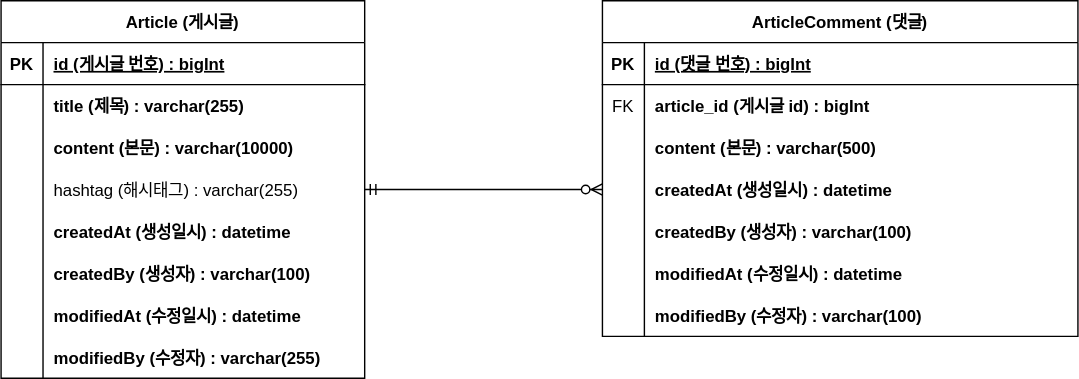
Earlier version of the draw.io export document/board-project-erd.svg (dudwns6503/springBoot-BoardProject). Source tidied: cells renumbered, new cells last; positions are measured from the earlier drawing's top-left corner, leaving out a move shared by most shapes.
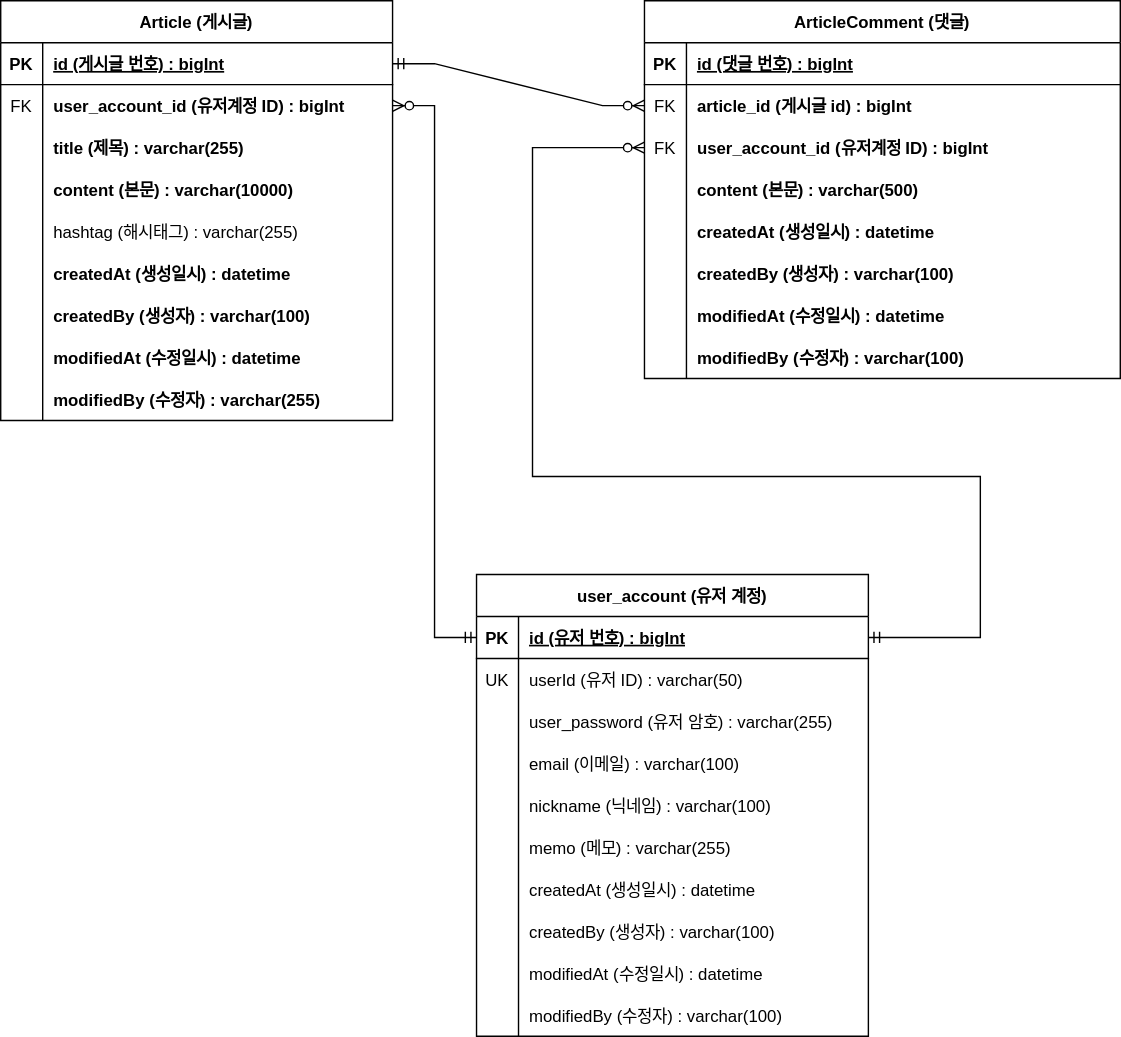
Later version of the same file.

Commit message:
#17 - ERD 업데이트(user_account 추가)

The edit, as a diff of the source:
```diff
@@ -5,6 +5,6 @@
     <mxCell id="2" value="Article (게시글)" style="shape=table;startSize=30;rowLines=0;fontStyle=1;align=center;" parent="1" vertex="1">
-      <mxGeometry width="260" height="270" as="geometry" />
+      <mxGeometry x="-10" y="-20" width="280" height="300" as="geometry" />
     </mxCell>
     <mxCell id="3" style="shape=tableRow;horizontal=0;startSize=0;swimlaneHead=0;swimlaneBody=0;fillColor=none;points=[[0,0.5],[1,0.5]];portConstraint=eastwest;top=0;left=0;right=0;bottom=1;" parent="2" vertex="1">
-      <mxGeometry y="30" width="260" height="30" as="geometry" />
+      <mxGeometry y="30" width="280" height="30" as="geometry" />
     </mxCell>
@@ -14,15 +14,24 @@
     <mxCell id="5" value="id (게시글 번호) : bigInt" style="shape=partialRectangle;fillColor=none;top=0;left=0;bottom=0;right=0;align=left;spacingLeft=6;fontStyle=5;overflow=hidden;" parent="3" vertex="1">
-      <mxGeometry x="30" width="230" height="30" as="geometry" />
+      <mxGeometry x="30" width="250" height="30" as="geometry" />
     </mxCell>
     <mxCell id="6" style="shape=tableRow;horizontal=0;startSize=0;swimlaneHead=0;swimlaneBody=0;fillColor=none;points=[[0,0.5],[1,0.5]];portConstraint=eastwest;top=0;left=0;right=0;bottom=0;" parent="2" vertex="1">
-      <mxGeometry y="60" width="260" height="30" as="geometry" />
+      <mxGeometry y="60" width="280" height="30" as="geometry" />
     </mxCell>
-    <mxCell id="7" style="shape=partialRectangle;fillColor=none;top=0;left=0;bottom=0;right=0;overflow=hidden;" parent="6" vertex="1">
+    <mxCell id="7" value="FK" style="shape=partialRectangle;fillColor=none;top=0;left=0;bottom=0;right=0;overflow=hidden;" parent="6" vertex="1">
       <mxGeometry width="30" height="30" as="geometry" />
     </mxCell>
-    <mxCell id="8" value="title (제목) : varchar(255)" style="shape=partialRectangle;fillColor=none;top=0;left=0;bottom=0;right=0;align=left;spacingLeft=6;overflow=hidden;fontStyle=1;" parent="6" vertex="1">
-      <mxGeometry x="30" width="230" height="30" as="geometry" />
+    <mxCell id="8" value="user_account_id (유저계정 ID) : bigInt" style="shape=partialRectangle;fillColor=none;top=0;left=0;bottom=0;right=0;align=left;spacingLeft=6;overflow=hidden;fontStyle=1;" parent="6" vertex="1">
+      <mxGeometry x="30" width="250" height="30" as="geometry" />
     </mxCell>
+    <mxCell id="50" style="shape=tableRow;horizontal=0;startSize=0;swimlaneHead=0;swimlaneBody=0;fillColor=none;top=0;left=0;right=0;bottom=0;" parent="2" vertex="1">
+      <mxGeometry y="90" width="280" height="30" as="geometry" />
+    </mxCell>
+    <mxCell id="51" style="shape=partialRectangle;fillColor=none;top=0;left=0;bottom=0;right=0;overflow=hidden;" parent="50" vertex="1">
+      <mxGeometry width="30" height="30" as="geometry" />
+    </mxCell>
+    <mxCell id="52" value="title (제목) : varchar(255)" style="shape=partialRectangle;fillColor=none;top=0;left=0;bottom=0;right=0;align=left;spacingLeft=6;overflow=hidden;fontStyle=1;" parent="50" vertex="1">
+      <mxGeometry x="30" width="250" height="30" as="geometry" />
+    </mxCell>
     <mxCell id="9" style="shape=tableRow;horizontal=0;startSize=0;swimlaneHead=0;swimlaneBody=0;fillColor=none;top=0;left=0;right=0;bottom=0;" parent="2" vertex="1">
-      <mxGeometry y="90" width="260" height="30" as="geometry" />
+      <mxGeometry y="120" width="280" height="30" as="geometry" />
     </mxCell>
@@ -32,6 +41,6 @@
     <mxCell id="11" value="content (본문) : varchar(10000)" style="shape=partialRectangle;fillColor=none;top=0;left=0;bottom=0;right=0;align=left;spacingLeft=6;overflow=hidden;fontStyle=1;" parent="9" vertex="1">
-      <mxGeometry x="30" width="230" height="30" as="geometry" />
+      <mxGeometry x="30" width="250" height="30" as="geometry" />
     </mxCell>
     <mxCell id="12" style="shape=tableRow;horizontal=0;startSize=0;swimlaneHead=0;swimlaneBody=0;fillColor=none;points=[[0,0.5],[1,0.5]];portConstraint=eastwest;top=0;left=0;right=0;bottom=0;" parent="2" vertex="1">
-      <mxGeometry y="120" width="260" height="30" as="geometry" />
+      <mxGeometry y="150" width="280" height="30" as="geometry" />
     </mxCell>
@@ -41,6 +50,6 @@
     <mxCell id="14" value="hashtag (해시태그) : varchar(255)" style="shape=partialRectangle;fillColor=none;top=0;left=0;bottom=0;right=0;align=left;spacingLeft=6;overflow=hidden;" parent="12" vertex="1">
-      <mxGeometry x="30" width="230" height="30" as="geometry" />
+      <mxGeometry x="30" width="250" height="30" as="geometry" />
     </mxCell>
     <mxCell id="15" style="shape=tableRow;horizontal=0;startSize=0;swimlaneHead=0;swimlaneBody=0;fillColor=none;top=0;left=0;right=0;bottom=0;" parent="2" vertex="1">
-      <mxGeometry y="150" width="260" height="30" as="geometry" />
+      <mxGeometry y="180" width="280" height="30" as="geometry" />
     </mxCell>
@@ -50,6 +59,6 @@
     <mxCell id="17" value="createdAt (생성일시) : datetime" style="shape=partialRectangle;fillColor=none;top=0;left=0;bottom=0;right=0;align=left;spacingLeft=6;overflow=hidden;fontStyle=1;" parent="15" vertex="1">
-      <mxGeometry x="30" width="230" height="30" as="geometry" />
+      <mxGeometry x="30" width="250" height="30" as="geometry" />
     </mxCell>
     <mxCell id="18" style="shape=tableRow;horizontal=0;startSize=0;swimlaneHead=0;swimlaneBody=0;fillColor=none;top=0;left=0;right=0;bottom=0;" parent="2" vertex="1">
-      <mxGeometry y="180" width="260" height="30" as="geometry" />
+      <mxGeometry y="210" width="280" height="30" as="geometry" />
     </mxCell>
@@ -59,6 +68,6 @@
     <mxCell id="20" value="createdBy (생성자) : varchar(100)" style="shape=partialRectangle;fillColor=none;top=0;left=0;bottom=0;right=0;align=left;spacingLeft=6;overflow=hidden;fontStyle=1;" parent="18" vertex="1">
-      <mxGeometry x="30" width="230" height="30" as="geometry" />
+      <mxGeometry x="30" width="250" height="30" as="geometry" />
     </mxCell>
     <mxCell id="21" style="shape=tableRow;horizontal=0;startSize=0;swimlaneHead=0;swimlaneBody=0;fillColor=none;top=0;left=0;right=0;bottom=0;" parent="2" vertex="1">
-      <mxGeometry y="210" width="260" height="30" as="geometry" />
+      <mxGeometry y="240" width="280" height="30" as="geometry" />
     </mxCell>
@@ -68,6 +77,6 @@
     <mxCell id="23" value="modifiedAt (수정일시) : datetime" style="shape=partialRectangle;fillColor=none;top=0;left=0;bottom=0;right=0;align=left;spacingLeft=6;overflow=hidden;fontStyle=1;" parent="21" vertex="1">
-      <mxGeometry x="30" width="230" height="30" as="geometry" />
+      <mxGeometry x="30" width="250" height="30" as="geometry" />
     </mxCell>
     <mxCell id="24" style="shape=tableRow;horizontal=0;startSize=0;swimlaneHead=0;swimlaneBody=0;fillColor=none;top=0;left=0;right=0;bottom=0;" parent="2" vertex="1">
-      <mxGeometry y="240" width="260" height="30" as="geometry" />
+      <mxGeometry y="270" width="280" height="30" as="geometry" />
     </mxCell>
@@ -77,6 +86,6 @@
     <mxCell id="26" value="modifiedBy (수정자) : varchar(255)" style="shape=partialRectangle;fillColor=none;top=0;left=0;bottom=0;right=0;align=left;spacingLeft=6;overflow=hidden;fontStyle=1;" parent="24" vertex="1">
-      <mxGeometry x="30" width="230" height="30" as="geometry" />
+      <mxGeometry x="30" width="250" height="30" as="geometry" />
     </mxCell>
     <mxCell id="27" value="ArticleComment (댓글)" style="shape=table;startSize=30;rowLines=0;fontStyle=1;align=center;" parent="1" vertex="1">
-      <mxGeometry x="430" width="340" height="240" as="geometry" />
+      <mxGeometry x="450" y="-20" width="340" height="270" as="geometry" />
     </mxCell>
@@ -100,4 +109,13 @@
     </mxCell>
+    <mxCell id="53" style="shape=tableRow;horizontal=0;startSize=0;swimlaneHead=0;swimlaneBody=0;fillColor=none;points=[[0,0.5],[1,0.5]];portConstraint=eastwest;top=0;left=0;right=0;bottom=0;" parent="27" vertex="1">
+      <mxGeometry y="90" width="340" height="30" as="geometry" />
+    </mxCell>
+    <mxCell id="54" value="FK" style="shape=partialRectangle;fillColor=none;top=0;left=0;bottom=0;right=0;overflow=hidden;" parent="53" vertex="1">
+      <mxGeometry width="30" height="30" as="geometry" />
+    </mxCell>
+    <mxCell id="55" value="user_account_id (유저계정 ID) : bigInt" style="shape=partialRectangle;fillColor=none;top=0;left=0;bottom=0;right=0;align=left;spacingLeft=6;overflow=hidden;fontStyle=1;" parent="53" vertex="1">
+      <mxGeometry x="30" width="310" height="30" as="geometry" />
+    </mxCell>
     <mxCell id="34" style="shape=tableRow;horizontal=0;startSize=0;swimlaneHead=0;swimlaneBody=0;fillColor=none;top=0;left=0;right=0;bottom=0;" parent="27" vertex="1">
-      <mxGeometry y="90" width="340" height="30" as="geometry" />
+      <mxGeometry y="120" width="340" height="30" as="geometry" />
     </mxCell>
@@ -110,3 +128,3 @@
     <mxCell id="37" style="shape=tableRow;horizontal=0;startSize=0;swimlaneHead=0;swimlaneBody=0;fillColor=none;points=[[0,0.5],[1,0.5]];portConstraint=eastwest;top=0;left=0;right=0;bottom=0;" parent="27" vertex="1">
-      <mxGeometry y="120" width="340" height="30" as="geometry" />
+      <mxGeometry y="150" width="340" height="30" as="geometry" />
     </mxCell>
@@ -119,3 +137,3 @@
     <mxCell id="40" style="shape=tableRow;horizontal=0;startSize=0;swimlaneHead=0;swimlaneBody=0;fillColor=none;top=0;left=0;right=0;bottom=0;" parent="27" vertex="1">
-      <mxGeometry y="150" width="340" height="30" as="geometry" />
+      <mxGeometry y="180" width="340" height="30" as="geometry" />
     </mxCell>
@@ -128,3 +146,3 @@
     <mxCell id="43" style="shape=tableRow;horizontal=0;startSize=0;swimlaneHead=0;swimlaneBody=0;fillColor=none;top=0;left=0;right=0;bottom=0;" parent="27" vertex="1">
-      <mxGeometry y="180" width="340" height="30" as="geometry" />
+      <mxGeometry y="210" width="340" height="30" as="geometry" />
     </mxCell>
@@ -137,3 +155,3 @@
     <mxCell id="46" style="shape=tableRow;horizontal=0;startSize=0;swimlaneHead=0;swimlaneBody=0;fillColor=none;top=0;left=0;right=0;bottom=0;" parent="27" vertex="1">
-      <mxGeometry y="210" width="340" height="30" as="geometry" />
+      <mxGeometry y="240" width="340" height="30" as="geometry" />
     </mxCell>
@@ -145,5 +163,119 @@
     </mxCell>
-    <mxCell id="49" style="edgeStyle=entityRelationEdgeStyle;fontSize=12;html=1;endArrow=ERzeroToMany;startArrow=ERmandOne;rounded=0;exitX=1;exitY=0.5;exitDx=0;exitDy=0;entryX=0;entryY=0.5;entryDx=0;entryDy=0;" parent="1" edge="1" source="12" target="37">
+    <mxCell id="49" style="edgeStyle=entityRelationEdgeStyle;fontSize=12;html=1;endArrow=ERzeroToMany;startArrow=ERmandOne;rounded=0;exitX=1;exitY=0.5;exitDx=0;exitDy=0;entryX=0;entryY=0.5;entryDx=0;entryDy=0;" parent="1" edge="1" source="3" target="31">
       <mxGeometry relative="1" as="geometry" />
     </mxCell>
+    <mxCell id="56" value="user_account (유저 계정)" style="shape=table;startSize=30;rowLines=0;fontStyle=1;align=center;" parent="1" vertex="1">
+      <mxGeometry x="330" y="390" width="280" height="330" as="geometry" />
+    </mxCell>
+    <mxCell id="57" style="shape=tableRow;horizontal=0;startSize=0;swimlaneHead=0;swimlaneBody=0;fillColor=none;points=[[0,0.5],[1,0.5]];portConstraint=eastwest;top=0;left=0;right=0;bottom=1;" parent="56" vertex="1">
+      <mxGeometry y="30" width="280" height="30" as="geometry" />
+    </mxCell>
+    <mxCell id="58" value="PK" style="shape=partialRectangle;fillColor=none;top=0;left=0;bottom=0;right=0;fontStyle=1;overflow=hidden;" parent="57" vertex="1">
+      <mxGeometry width="30" height="30" as="geometry" />
+    </mxCell>
+    <mxCell id="59" value="id (유저 번호) : bigInt" style="shape=partialRectangle;fillColor=none;top=0;left=0;bottom=0;right=0;align=left;spacingLeft=6;fontStyle=5;overflow=hidden;" parent="57" vertex="1">
+      <mxGeometry x="30" width="250" height="30" as="geometry" />
+    </mxCell>
+    <mxCell id="60" style="shape=tableRow;horizontal=0;startSize=0;swimlaneHead=0;swimlaneBody=0;fillColor=none;top=0;left=0;right=0;bottom=0;" parent="56" vertex="1">
+      <mxGeometry y="60" width="280" height="30" as="geometry" />
+    </mxCell>
+    <mxCell id="61" value="UK" style="shape=partialRectangle;fillColor=none;top=0;left=0;bottom=0;right=0;overflow=hidden;" parent="60" vertex="1">
+      <mxGeometry width="30" height="30" as="geometry" />
+    </mxCell>
+    <mxCell id="62" value="userId (유저 ID) : varchar(50)" style="shape=partialRectangle;fillColor=none;top=0;left=0;bottom=0;right=0;align=left;spacingLeft=6;overflow=hidden;" parent="60" vertex="1">
+      <mxGeometry x="30" width="250" height="30" as="geometry" />
+    </mxCell>
+    <mxCell id="63" style="shape=tableRow;horizontal=0;startSize=0;swimlaneHead=0;swimlaneBody=0;fillColor=none;top=0;left=0;right=0;bottom=0;" parent="56" vertex="1">
+      <mxGeometry y="90" width="280" height="30" as="geometry" />
+    </mxCell>
+    <mxCell id="64" style="shape=partialRectangle;fillColor=none;top=0;left=0;bottom=0;right=0;overflow=hidden;" parent="63" vertex="1">
+      <mxGeometry width="30" height="30" as="geometry" />
+    </mxCell>
+    <mxCell id="65" value="user_password (유저 암호) : varchar(255)" style="shape=partialRectangle;fillColor=none;top=0;left=0;bottom=0;right=0;align=left;spacingLeft=6;overflow=hidden;" parent="63" vertex="1">
+      <mxGeometry x="30" width="250" height="30" as="geometry" />
+    </mxCell>
+    <mxCell id="66" style="shape=tableRow;horizontal=0;startSize=0;swimlaneHead=0;swimlaneBody=0;fillColor=none;top=0;left=0;right=0;bottom=0;" parent="56" vertex="1">
+      <mxGeometry y="120" width="280" height="30" as="geometry" />
+    </mxCell>
+    <mxCell id="67" style="shape=partialRectangle;fillColor=none;top=0;left=0;bottom=0;right=0;overflow=hidden;" parent="66" vertex="1">
+      <mxGeometry width="30" height="30" as="geometry" />
+    </mxCell>
+    <mxCell id="68" value="email (이메일) : varchar(100)" style="shape=partialRectangle;fillColor=none;top=0;left=0;bottom=0;right=0;align=left;spacingLeft=6;overflow=hidden;" parent="66" vertex="1">
+      <mxGeometry x="30" width="250" height="30" as="geometry" />
+    </mxCell>
+    <mxCell id="69" style="shape=tableRow;horizontal=0;startSize=0;swimlaneHead=0;swimlaneBody=0;fillColor=none;top=0;left=0;right=0;bottom=0;" parent="56" vertex="1">
+      <mxGeometry y="150" width="280" height="30" as="geometry" />
+    </mxCell>
+    <mxCell id="70" style="shape=partialRectangle;fillColor=none;top=0;left=0;bottom=0;right=0;overflow=hidden;" parent="69" vertex="1">
+      <mxGeometry width="30" height="30" as="geometry" />
+    </mxCell>
+    <mxCell id="71" value="nickname (닉네임) : varchar(100)" style="shape=partialRectangle;fillColor=none;top=0;left=0;bottom=0;right=0;align=left;spacingLeft=6;overflow=hidden;" parent="69" vertex="1">
+      <mxGeometry x="30" width="250" height="30" as="geometry" />
+    </mxCell>
+    <mxCell id="72" style="shape=tableRow;horizontal=0;startSize=0;swimlaneHead=0;swimlaneBody=0;fillColor=none;top=0;left=0;right=0;bottom=0;" parent="56" vertex="1">
+      <mxGeometry y="180" width="280" height="30" as="geometry" />
+    </mxCell>
+    <mxCell id="73" style="shape=partialRectangle;fillColor=none;top=0;left=0;bottom=0;right=0;overflow=hidden;" parent="72" vertex="1">
+      <mxGeometry width="30" height="30" as="geometry" />
+    </mxCell>
+    <mxCell id="74" value="memo (메모) : varchar(255)" style="shape=partialRectangle;fillColor=none;top=0;left=0;bottom=0;right=0;align=left;spacingLeft=6;overflow=hidden;" parent="72" vertex="1">
+      <mxGeometry x="30" width="250" height="30" as="geometry" />
+    </mxCell>
+    <mxCell id="75" style="shape=tableRow;horizontal=0;startSize=0;swimlaneHead=0;swimlaneBody=0;fillColor=none;top=0;left=0;right=0;bottom=0;" parent="56" vertex="1">
+      <mxGeometry y="210" width="280" height="30" as="geometry" />
+    </mxCell>
+    <mxCell id="76" style="shape=partialRectangle;fillColor=none;top=0;left=0;bottom=0;right=0;overflow=hidden;" parent="75" vertex="1">
+      <mxGeometry width="30" height="30" as="geometry" />
+    </mxCell>
+    <mxCell id="77" value="createdAt (생성일시) : datetime" style="shape=partialRectangle;fillColor=none;top=0;left=0;bottom=0;right=0;align=left;spacingLeft=6;overflow=hidden;" parent="75" vertex="1">
+      <mxGeometry x="30" width="250" height="30" as="geometry" />
+    </mxCell>
+    <mxCell id="78" style="shape=tableRow;horizontal=0;startSize=0;swimlaneHead=0;swimlaneBody=0;fillColor=none;top=0;left=0;right=0;bottom=0;" parent="56" vertex="1">
+      <mxGeometry y="240" width="280" height="30" as="geometry" />
+    </mxCell>
+    <mxCell id="79" style="shape=partialRectangle;fillColor=none;top=0;left=0;bottom=0;right=0;overflow=hidden;" parent="78" vertex="1">
+      <mxGeometry width="30" height="30" as="geometry" />
+    </mxCell>
+    <mxCell id="80" value="createdBy (생성자) : varchar(100)" style="shape=partialRectangle;fillColor=none;top=0;left=0;bottom=0;right=0;align=left;spacingLeft=6;overflow=hidden;" parent="78" vertex="1">
+      <mxGeometry x="30" width="250" height="30" as="geometry" />
+    </mxCell>
+    <mxCell id="81" style="shape=tableRow;horizontal=0;startSize=0;swimlaneHead=0;swimlaneBody=0;fillColor=none;top=0;left=0;right=0;bottom=0;" parent="56" vertex="1">
+      <mxGeometry y="270" width="280" height="30" as="geometry" />
+    </mxCell>
+    <mxCell id="82" style="shape=partialRectangle;fillColor=none;top=0;left=0;bottom=0;right=0;overflow=hidden;" parent="81" vertex="1">
+      <mxGeometry width="30" height="30" as="geometry" />
+    </mxCell>
+    <mxCell id="83" value="modifiedAt (수정일시) : datetime" style="shape=partialRectangle;fillColor=none;top=0;left=0;bottom=0;right=0;align=left;spacingLeft=6;overflow=hidden;" parent="81" vertex="1">
+      <mxGeometry x="30" width="250" height="30" as="geometry" />
+    </mxCell>
+    <mxCell id="84" style="shape=tableRow;horizontal=0;startSize=0;swimlaneHead=0;swimlaneBody=0;fillColor=none;top=0;left=0;right=0;bottom=0;" parent="56" vertex="1">
+      <mxGeometry y="300" width="280" height="30" as="geometry" />
+    </mxCell>
+    <mxCell id="85" style="shape=partialRectangle;fillColor=none;top=0;left=0;bottom=0;right=0;overflow=hidden;" parent="84" vertex="1">
+      <mxGeometry width="30" height="30" as="geometry" />
+    </mxCell>
+    <mxCell id="86" value="modifiedBy (수정자) : varchar(100)" style="shape=partialRectangle;fillColor=none;top=0;left=0;bottom=0;right=0;align=left;spacingLeft=6;overflow=hidden;" parent="84" vertex="1">
+      <mxGeometry x="30" width="250" height="30" as="geometry" />
+    </mxCell>
+    <mxCell id="87" style="edgeStyle=orthogonalEdgeStyle;fontSize=12;html=1;endArrow=ERzeroToMany;startArrow=ERmandOne;rounded=0;exitX=0;exitY=0.5;exitDx=0;exitDy=0;entryX=1;entryY=0.5;entryDx=0;entryDy=0;" parent="1" edge="1" source="57" target="6">
+      <mxGeometry relative="1" as="geometry">
+        <Array as="points">
+          <mxPoint x="300" y="435" />
+          <mxPoint x="300" y="55" />
+        </Array>
+      </mxGeometry>
+    </mxCell>
+    <mxCell id="88" style="fontSize=12;html=1;endArrow=ERzeroToMany;startArrow=ERmandOne;rounded=0;edgeStyle=orthogonalEdgeStyle;exitX=1;exitY=0.5;exitDx=0;exitDy=0;entryX=0;entryY=0.5;entryDx=0;entryDy=0;" parent="1" edge="1" source="57" target="53">
+      <mxGeometry relative="1" as="geometry">
+        <Array as="points">
+          <mxPoint x="690" y="435" />
+          <mxPoint x="690" y="320" />
+          <mxPoint x="370" y="320" />
+          <mxPoint x="370" y="85" />
+        </Array>
+      </mxGeometry>
+    </mxCell>
+    <mxCell id="89" style="edgeStyle=elbowEdgeStyle;rounded=0;orthogonalLoop=1;jettySize=auto;html=1;exitX=0.75;exitY=0;exitDx=0;exitDy=0;" parent="1" edge="1" source="56" target="56">
+      <mxGeometry relative="1" as="geometry" />
+    </mxCell>
   </root>
```
